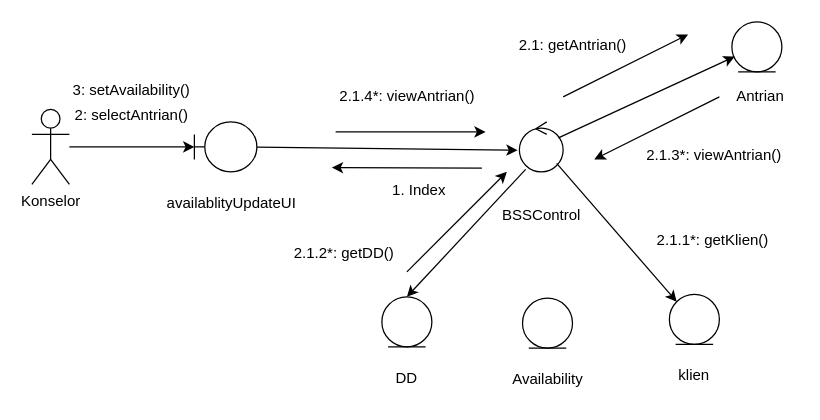
The draw.io diagram Mini-Proj/MP_CC_EntryDD.drawio in mahesri/uml_ads_sms3, before the edit. Source tidied: cells renumbered, new cells numbered last; positions are measured from the earlier drawing's top-left corner, leaving out a move shared by most shapes. Both pictures are drawn from the tidied source at 125%, with x=0, y=0 at pixel (31, 21).
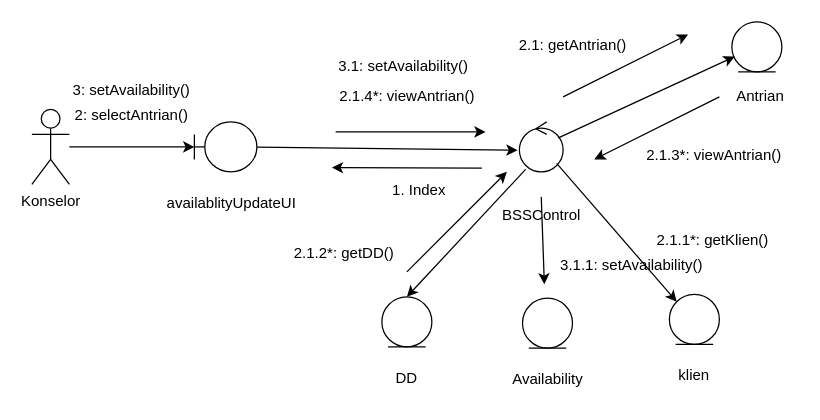
The same diagram, later.

Unchanged cells that the change refers to:
```xml
<mxCell id="14" value="BSSControl" style="text;html=1;strokeColor=none;fillColor=none;align=center;verticalAlign=middle;whiteSpace=wrap;rounded=0;" parent="1" vertex="1">
  <mxGeometry x="377.5" y="140" width="60" height="30" as="geometry" />
</mxCell>
```

What changed in the source:
```diff
@@
+    <mxCell id="34" value="3.1: setAvailability()" style="text;html=1;strokeColor=none;fillColor=none;align=center;verticalAlign=middle;whiteSpace=wrap;rounded=0;" parent="1" vertex="1">
+      <mxGeometry x="244" y="21" width="107" height="30" as="geometry" />
+    </mxCell>
+    <mxCell id="35" style="endArrow=classic;html=1;rounded=0;exitX=0.5;exitY=0;exitDx=0;exitDy=0;" parent="1" edge="1" source="14">
+      <mxGeometry relative="1" as="geometry">
+        <mxPoint x="410" y="210" as="targetPoint" />
+      </mxGeometry>
+    </mxCell>
+    <mxCell id="36" value="3.1.1: setAvailability()" style="text;html=1;strokeColor=none;fillColor=none;align=center;verticalAlign=middle;whiteSpace=wrap;rounded=0;" parent="1" vertex="1">
+      <mxGeometry x="420" y="180" width="120" height="30" as="geometry" />
+    </mxCell>
```
